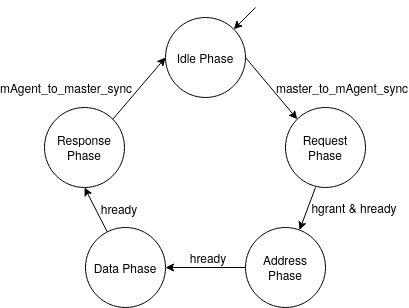
Above: figs/hw/mAgent_FSM.png in Ovsthus/hovsthus_thesis (draw.io), before the change. Source tidied: cells renumbered, new cells last; positions are measured from the earlier drawing's top-left corner, leaving out a move shared by most shapes. Source of this version:
```xml
<mxGraphModel>
  <root>
    <mxCell id="0" />
    <mxCell id="1" parent="0" />
    <mxCell id="2" value="Idle Phase" style="ellipse;whiteSpace=wrap;html=1;" parent="1" vertex="1">
      <mxGeometry x="127" y="10" width="80" height="80" as="geometry" />
    </mxCell>
    <mxCell id="3" value="Request Phase" style="ellipse;whiteSpace=wrap;html=1;" parent="1" vertex="1">
      <mxGeometry x="247" y="100" width="80" height="80" as="geometry" />
    </mxCell>
    <mxCell id="4" value="&lt;div&gt;Address Phase&lt;br&gt;&lt;/div&gt;" style="ellipse;whiteSpace=wrap;html=1;" parent="1" vertex="1">
      <mxGeometry x="207" y="220" width="80" height="80" as="geometry" />
    </mxCell>
    <mxCell id="5" value="Data Phase" style="ellipse;whiteSpace=wrap;html=1;" parent="1" vertex="1">
      <mxGeometry x="47" y="220" width="80" height="80" as="geometry" />
    </mxCell>
    <mxCell id="6" value="&lt;div&gt;Response&lt;/div&gt;&lt;div&gt;Phase&lt;br&gt;&lt;/div&gt;" style="ellipse;whiteSpace=wrap;html=1;" parent="1" vertex="1">
      <mxGeometry x="6" y="100" width="80" height="80" as="geometry" />
    </mxCell>
    <mxCell id="7" style="endArrow=classic;html=1;exitX=1;exitY=0.5;exitDx=0;exitDy=0;entryX=0;entryY=0;entryDx=0;entryDy=0;" parent="1" edge="1" source="2" target="3">
      <mxGeometry relative="1" as="geometry" />
    </mxCell>
    <mxCell id="8" style="endArrow=classic;html=1;exitX=0.375;exitY=1;exitDx=0;exitDy=0;exitPerimeter=0;" parent="1" edge="1" source="3" target="4">
      <mxGeometry relative="1" as="geometry" />
    </mxCell>
    <mxCell id="9" style="endArrow=classic;html=1;exitX=0;exitY=0.5;exitDx=0;exitDy=0;entryX=1;entryY=0.5;entryDx=0;entryDy=0;" parent="1" edge="1" source="4" target="5">
      <mxGeometry relative="1" as="geometry" />
    </mxCell>
    <mxCell id="10" style="endArrow=classic;html=1;entryX=0.5;entryY=1;entryDx=0;entryDy=0;" parent="1" edge="1" source="5" target="6">
      <mxGeometry relative="1" as="geometry" />
    </mxCell>
    <mxCell id="11" style="endArrow=classic;html=1;exitX=1;exitY=0;exitDx=0;exitDy=0;entryX=0;entryY=0.5;entryDx=0;entryDy=0;" parent="1" edge="1" source="6" target="2">
      <mxGeometry relative="1" as="geometry" />
    </mxCell>
    <mxCell id="12" value="master_to_mAgent_sync" style="text;html=1;strokeColor=none;fillColor=none;align=center;verticalAlign=middle;whiteSpace=wrap;rounded=0;" parent="1" vertex="1">
      <mxGeometry x="249" y="70" width="110" height="20" as="geometry" />
    </mxCell>
    <mxCell id="13" value="hgrant &amp;amp; hready" style="text;html=1;strokeColor=none;fillColor=none;align=center;verticalAlign=middle;whiteSpace=wrap;rounded=0;" parent="1" vertex="1">
      <mxGeometry x="271" y="190" width="90" height="20" as="geometry" />
    </mxCell>
    <mxCell id="14" value="hready" style="text;html=1;strokeColor=none;fillColor=none;align=center;verticalAlign=middle;whiteSpace=wrap;rounded=0;" parent="1" vertex="1">
      <mxGeometry x="150" y="240" width="40" height="20" as="geometry" />
    </mxCell>
    <mxCell id="15" value="hready" style="text;html=1;strokeColor=none;fillColor=none;align=center;verticalAlign=middle;whiteSpace=wrap;rounded=0;" parent="1" vertex="1">
      <mxGeometry x="59" y="191" width="44" height="20" as="geometry" />
    </mxCell>
    <mxCell id="16" value="mAgent_to_master_sync" style="text;html=1;strokeColor=none;fillColor=none;align=center;verticalAlign=middle;whiteSpace=wrap;rounded=0;" parent="1" vertex="1">
      <mxGeometry y="70" width="56" height="20" as="geometry" />
    </mxCell>
    <mxCell id="17" style="endArrow=classic;html=1;entryX=1;entryY=0;entryDx=0;entryDy=0;" parent="1" edge="1" target="2">
      <mxGeometry relative="1" as="geometry">
        <mxPoint x="217" as="sourcePoint" />
      </mxGeometry>
    </mxCell>
  </root>
</mxGraphModel>
```
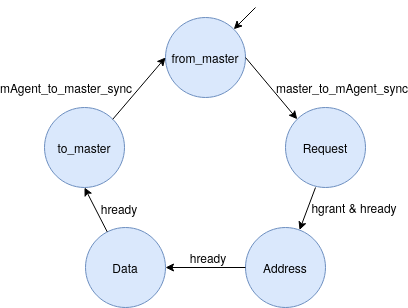
Above is the later version.

What changed in the source:
```diff
@@ -2,19 +2,19 @@
   <root>
     <mxCell id="0" />
     <mxCell id="1" parent="0" />
-    <mxCell id="2" value="Idle Phase" style="ellipse;whiteSpace=wrap;html=1;" parent="1" vertex="1">
+    <mxCell id="2" value="from_master" style="ellipse;whiteSpace=wrap;html=1;fillColor=#dae8fc;strokeColor=#6c8ebf;" parent="1" vertex="1">
       <mxGeometry x="127" y="10" width="80" height="80" as="geometry" />
     </mxCell>
-    <mxCell id="3" value="Request Phase" style="ellipse;whiteSpace=wrap;html=1;" parent="1" vertex="1">
+    <mxCell id="3" value="Request" style="ellipse;whiteSpace=wrap;html=1;fillColor=#dae8fc;strokeColor=#6c8ebf;" parent="1" vertex="1">
       <mxGeometry x="247" y="100" width="80" height="80" as="geometry" />
     </mxCell>
-    <mxCell id="4" value="&lt;div&gt;Address Phase&lt;br&gt;&lt;/div&gt;" style="ellipse;whiteSpace=wrap;html=1;" parent="1" vertex="1">
+    <mxCell id="4" value="&lt;div&gt;Address &lt;br&gt;&lt;/div&gt;" style="ellipse;whiteSpace=wrap;html=1;fillColor=#dae8fc;strokeColor=#6c8ebf;" parent="1" vertex="1">
       <mxGeometry x="207" y="220" width="80" height="80" as="geometry" />
     </mxCell>
-    <mxCell id="5" value="Data Phase" style="ellipse;whiteSpace=wrap;html=1;" parent="1" vertex="1">
+    <mxCell id="5" value="Data " style="ellipse;whiteSpace=wrap;html=1;fillColor=#dae8fc;strokeColor=#6c8ebf;" parent="1" vertex="1">
       <mxGeometry x="47" y="220" width="80" height="80" as="geometry" />
     </mxCell>
-    <mxCell id="6" value="&lt;div&gt;Response&lt;/div&gt;&lt;div&gt;Phase&lt;br&gt;&lt;/div&gt;" style="ellipse;whiteSpace=wrap;html=1;" parent="1" vertex="1">
+    <mxCell id="6" value="to_master" style="ellipse;whiteSpace=wrap;html=1;fillColor=#dae8fc;strokeColor=#6c8ebf;" parent="1" vertex="1">
       <mxGeometry x="6" y="100" width="80" height="80" as="geometry" />
     </mxCell>
     <mxCell id="7" style="endArrow=classic;html=1;exitX=1;exitY=0.5;exitDx=0;exitDy=0;entryX=0;entryY=0;entryDx=0;entryDy=0;" parent="1" edge="1" source="2" target="3">
```
